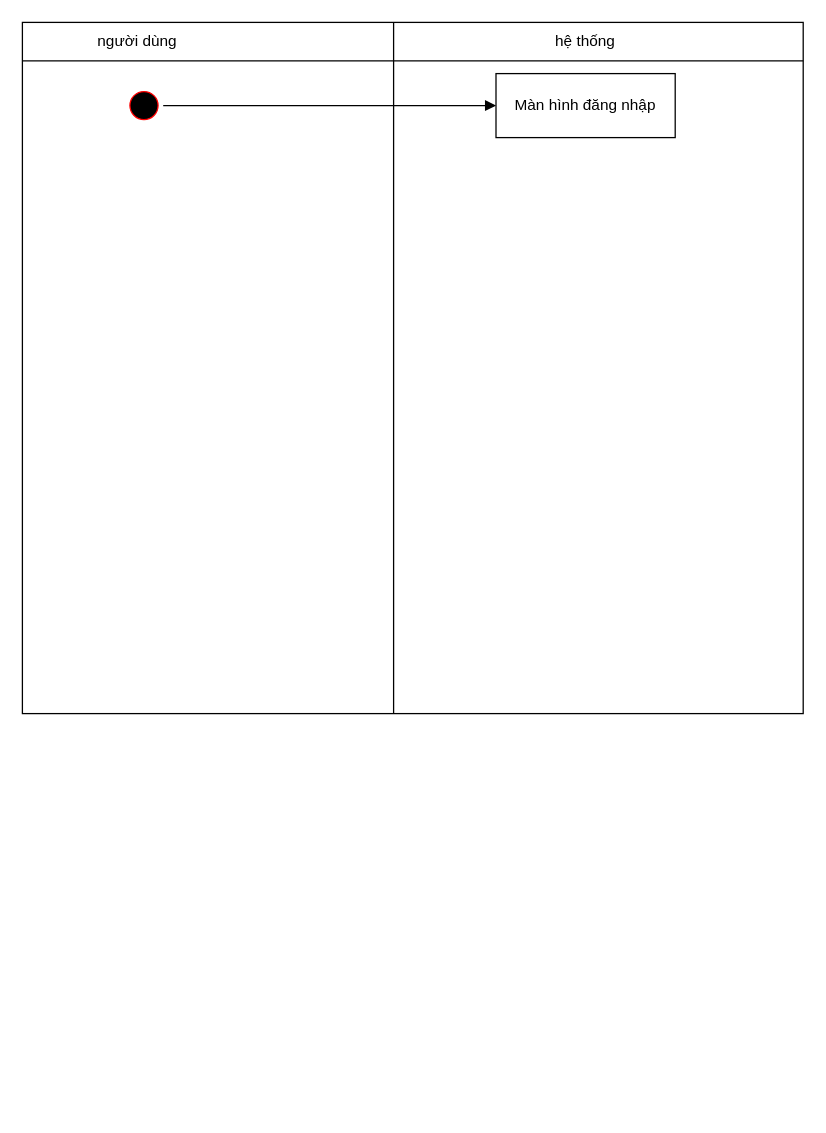
Before: Biểu đồ không có tiêu đề.drawio in NamKhanhIT2/LTM7_6, a draw.io diagram. Source tidied: cells renumbered, new cells numbered last; positions are measured from the earlier drawing's top-left corner, leaving out a move shared by most shapes. Both pictures are drawn from the tidied source at 128%, with x=0, y=0 at pixel (22, 22).
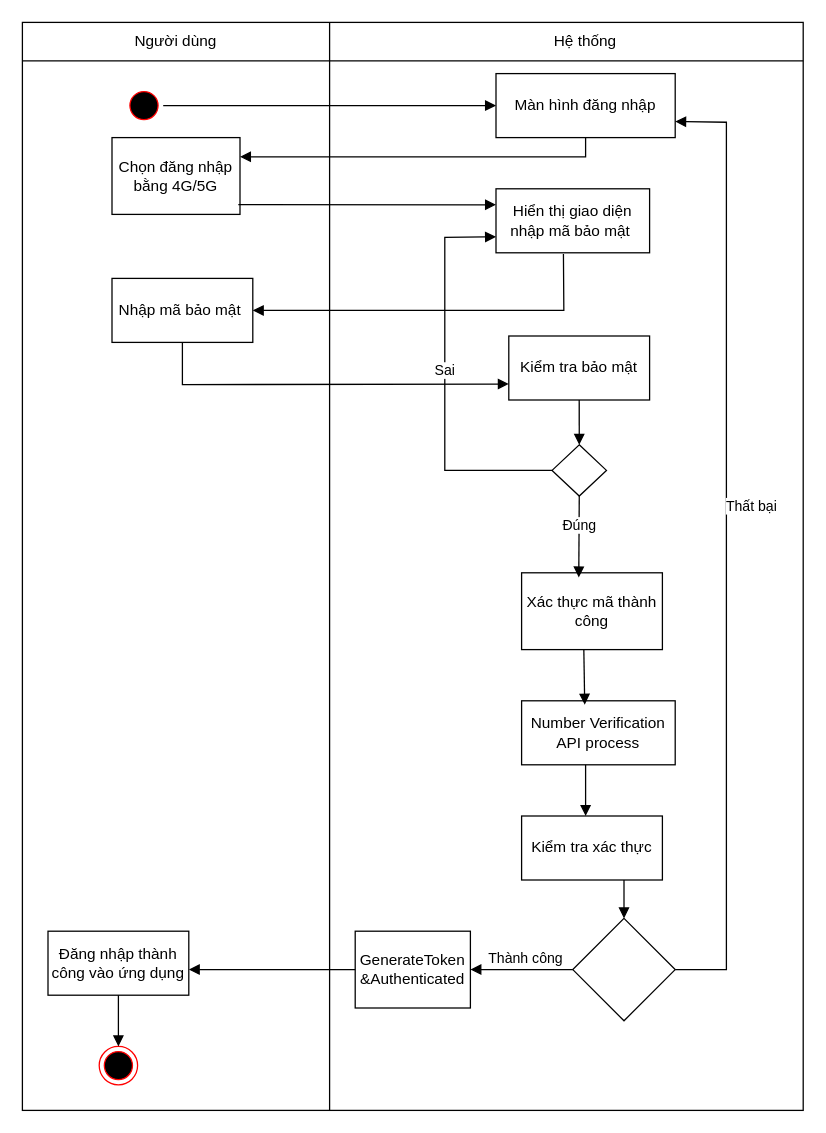
Above is the later version.

The change refers to these unchanged cells:
```xml
<mxCell id="6" value="Màn hình đăng nhập" style="html=1;whiteSpace=wrap;" parent="1" vertex="1">
  <mxGeometry x="370" y="40" width="140" height="50" as="geometry" />
</mxCell>
```

Diff of the diagram source:
```diff
@@
-    <mxCell id="2" style="shape=internalStorage;whiteSpace=wrap;html=1;backgroundOutline=1;dx=290;dy=30;" parent="1" vertex="1">
-      <mxGeometry width="610" height="540" as="geometry" />
+    <mxCell id="2" style="shape=internalStorage;whiteSpace=wrap;html=1;backgroundOutline=1;dx=240;dy=30;" parent="1" vertex="1">
+      <mxGeometry width="610" height="850" as="geometry" />
     </mxCell>
-    <mxCell id="3" value="người dùng" style="text;html=1;align=center;verticalAlign=middle;whiteSpace=wrap;rounded=0;" parent="1" vertex="1">
-      <mxGeometry x="50" width="80" height="30" as="geometry" />
+    <mxCell id="3" value="Người dùng" style="text;html=1;align=center;verticalAlign=middle;whiteSpace=wrap;rounded=0;" parent="1" vertex="1">
+      <mxGeometry x="80" width="80" height="30" as="geometry" />
     </mxCell>
-    <mxCell id="4" value="hệ thống" style="text;html=1;align=center;verticalAlign=middle;whiteSpace=wrap;rounded=0;" parent="1" vertex="1">
+    <mxCell id="4" value="Hệ thống" style="text;html=1;align=center;verticalAlign=middle;whiteSpace=wrap;rounded=0;" parent="1" vertex="1">
       <mxGeometry x="410" width="60" height="30" as="geometry" />
     </mxCell>
@@
+    <mxCell id="8" value="Chọn đăng nhập bằng 4G/5G" style="html=1;whiteSpace=wrap;" parent="1" vertex="1">
+      <mxGeometry x="70" y="90" width="100" height="60" as="geometry" />
+    </mxCell>
+    <mxCell id="9" value="Hiển thị giao diện nhập mã bảo mật&amp;nbsp;" style="html=1;whiteSpace=wrap;" parent="1" vertex="1">
+      <mxGeometry x="370" y="130" width="120" height="50" as="geometry" />
+    </mxCell>
+    <mxCell id="10" value="Nhập mã bảo mật&amp;nbsp;" style="html=1;whiteSpace=wrap;" parent="1" vertex="1">
+      <mxGeometry x="70" y="200" width="110" height="50" as="geometry" />
+    </mxCell>
+    <mxCell id="11" value="Kiểm tra bảo mật" style="html=1;whiteSpace=wrap;" parent="1" vertex="1">
+      <mxGeometry x="380" y="245" width="110" height="50" as="geometry" />
+    </mxCell>
+    <mxCell id="12" style="rhombus;whiteSpace=wrap;html=1;" parent="1" vertex="1">
+      <mxGeometry x="413.8" y="330" width="42.5" height="40" as="geometry" />
+    </mxCell>
+    <mxCell id="13" style="html=1;verticalAlign=bottom;endArrow=block;curved=0;rounded=0;entryX=0.5;entryY=0;entryDx=0;entryDy=0;exitX=0.5;exitY=1;exitDx=0;exitDy=0;" parent="1" edge="1" source="11" target="12">
+      <mxGeometry relative="1" as="geometry" />
+    </mxCell>
+    <mxCell id="14" value="Xác thực mã thành công" style="html=1;whiteSpace=wrap;" parent="1" vertex="1">
+      <mxGeometry x="390" y="430" width="110" height="60" as="geometry" />
+    </mxCell>
+    <mxCell id="15" value="Đúng" style="html=1;verticalAlign=bottom;endArrow=block;curved=0;rounded=0;entryX=0.406;entryY=0.06;entryDx=0;entryDy=0;entryPerimeter=0;exitX=0.5;exitY=1;exitDx=0;exitDy=0;" parent="1" edge="1" source="12" target="14">
+      <mxGeometry relative="1" as="geometry" />
+    </mxCell>
+    <mxCell id="16" value="Sai" style="html=1;verticalAlign=bottom;endArrow=block;curved=0;rounded=0;exitX=0;exitY=0.5;exitDx=0;exitDy=0;entryX=0;entryY=0.75;entryDx=0;entryDy=0;" parent="1" edge="1" source="12" target="9">
+      <mxGeometry relative="1" as="geometry">
+        <Array as="points">
+          <mxPoint x="330" y="350" />
+          <mxPoint x="330" y="168" />
+        </Array>
+      </mxGeometry>
+    </mxCell>
+    <mxCell id="17" style="html=1;verticalAlign=bottom;endArrow=block;curved=0;rounded=0;exitX=0.439;exitY=1.02;exitDx=0;exitDy=0;exitPerimeter=0;entryX=1;entryY=0.5;entryDx=0;entryDy=0;" parent="1" edge="1" source="9" target="10">
+      <mxGeometry relative="1" as="geometry">
+        <Array as="points">
+          <mxPoint x="423" y="225" />
+        </Array>
+      </mxGeometry>
+    </mxCell>
+    <mxCell id="18" style="html=1;verticalAlign=bottom;endArrow=block;curved=0;rounded=0;exitX=0.5;exitY=1;exitDx=0;exitDy=0;entryX=1;entryY=0.25;entryDx=0;entryDy=0;" parent="1" edge="1" source="6" target="8">
+      <mxGeometry relative="1" as="geometry">
+        <Array as="points">
+          <mxPoint x="440" y="105" />
+        </Array>
+      </mxGeometry>
+    </mxCell>
+    <mxCell id="19" style="html=1;verticalAlign=bottom;endArrow=block;curved=0;rounded=0;exitX=0.987;exitY=0.872;exitDx=0;exitDy=0;entryX=0;entryY=0.25;entryDx=0;entryDy=0;exitPerimeter=0;" parent="1" edge="1" source="8" target="9">
+      <mxGeometry relative="1" as="geometry" />
+    </mxCell>
+    <mxCell id="20" style="html=1;verticalAlign=bottom;endArrow=block;curved=0;rounded=0;exitX=0.5;exitY=1;exitDx=0;exitDy=0;entryX=0;entryY=0.75;entryDx=0;entryDy=0;" parent="1" edge="1" source="10" target="11">
+      <mxGeometry relative="1" as="geometry">
+        <Array as="points">
+          <mxPoint x="125" y="283" />
+        </Array>
+      </mxGeometry>
+    </mxCell>
+    <mxCell id="21" value="Number Verification API process" style="html=1;whiteSpace=wrap;" parent="1" vertex="1">
+      <mxGeometry x="390" y="530" width="120" height="50" as="geometry" />
+    </mxCell>
+    <mxCell id="22" value="Kiểm tra xác thực" style="html=1;whiteSpace=wrap;" parent="1" vertex="1">
+      <mxGeometry x="390" y="620" width="110" height="50" as="geometry" />
+    </mxCell>
+    <mxCell id="23" style="rhombus;whiteSpace=wrap;html=1;" parent="1" vertex="1">
+      <mxGeometry x="430" y="700" width="80" height="80" as="geometry" />
+    </mxCell>
+    <mxCell id="24" value="GenerateToken&lt;div&gt;&amp;amp;Authenticated&lt;/div&gt;" style="rounded=0;whiteSpace=wrap;html=1;" parent="1" vertex="1">
+      <mxGeometry x="260" y="710" width="90" height="60" as="geometry" />
+    </mxCell>
+    <mxCell id="25" style="html=1;verticalAlign=bottom;endArrow=block;curved=0;rounded=0;entryX=1;entryY=0.5;entryDx=0;entryDy=0;exitX=0;exitY=0.5;exitDx=0;exitDy=0;" parent="1" edge="1" source="23" target="24">
+      <mxGeometry relative="1" as="geometry" />
+    </mxCell>
+    <mxCell id="26" value="Thành công" style="edgeLabel;html=1;align=center;verticalAlign=middle;" parent="25" vertex="1">
+      <mxGeometry x="-0.2" y="3" relative="1" as="geometry">
+        <mxPoint x="-6" y="-13" as="offset" />
+      </mxGeometry>
+    </mxCell>
+    <mxCell id="27" style="html=1;verticalAlign=bottom;endArrow=block;curved=0;rounded=0;entryX=0.5;entryY=0;entryDx=0;entryDy=0;" parent="1" edge="1" target="23">
+      <mxGeometry relative="1" as="geometry">
+        <mxPoint x="470" y="670" as="sourcePoint" />
+      </mxGeometry>
+    </mxCell>
+    <mxCell id="28" value="Đăng nhập thành công vào ứng dụng" style="html=1;whiteSpace=wrap;" parent="1" vertex="1">
+      <mxGeometry x="20" y="710" width="110" height="50" as="geometry" />
+    </mxCell>
+    <mxCell id="29" style="ellipse;html=1;shape=endState;fillColor=#000000;strokeColor=#ff0000;" parent="1" vertex="1">
+      <mxGeometry x="60" y="800" width="30" height="30" as="geometry" />
+    </mxCell>
+    <mxCell id="30" style="html=1;verticalAlign=bottom;endArrow=block;curved=0;rounded=0;entryX=0.5;entryY=0;entryDx=0;entryDy=0;" parent="1" edge="1" target="29">
+      <mxGeometry relative="1" as="geometry">
+        <mxPoint x="75" y="760" as="sourcePoint" />
+      </mxGeometry>
+    </mxCell>
+    <mxCell id="31" value="Thất bại&amp;nbsp;" style="html=1;verticalAlign=bottom;endArrow=block;curved=0;rounded=0;entryX=1;entryY=0.75;entryDx=0;entryDy=0;exitX=1;exitY=0.5;exitDx=0;exitDy=0;" parent="1" edge="1" source="23" target="6">
+      <mxGeometry x="0.06" y="-21" relative="1" as="geometry">
+        <Array as="points">
+          <mxPoint x="540" y="740" />
+          <mxPoint x="550" y="740" />
+          <mxPoint x="550" y="380" />
+          <mxPoint x="550" y="78" />
+        </Array>
+      </mxGeometry>
+    </mxCell>
+    <mxCell id="32" style="html=1;verticalAlign=bottom;endArrow=block;curved=0;rounded=0;entryX=0.411;entryY=0.06;entryDx=0;entryDy=0;entryPerimeter=0;exitX=0.442;exitY=1.006;exitDx=0;exitDy=0;exitPerimeter=0;" parent="1" edge="1" source="14" target="21">
+      <mxGeometry relative="1" as="geometry" />
+    </mxCell>
+    <mxCell id="33" style="html=1;verticalAlign=bottom;endArrow=block;curved=0;rounded=0;" parent="1" edge="1">
+      <mxGeometry relative="1" as="geometry">
+        <mxPoint x="440" y="580" as="sourcePoint" />
+        <mxPoint x="440" y="620" as="targetPoint" />
+      </mxGeometry>
+    </mxCell>
+    <mxCell id="34" style="html=1;verticalAlign=bottom;endArrow=block;curved=0;rounded=0;exitX=0;exitY=0.5;exitDx=0;exitDy=0;" parent="1" edge="1" source="24">
+      <mxGeometry relative="1" as="geometry">
+        <mxPoint x="130" y="740" as="targetPoint" />
+      </mxGeometry>
+    </mxCell>
```
